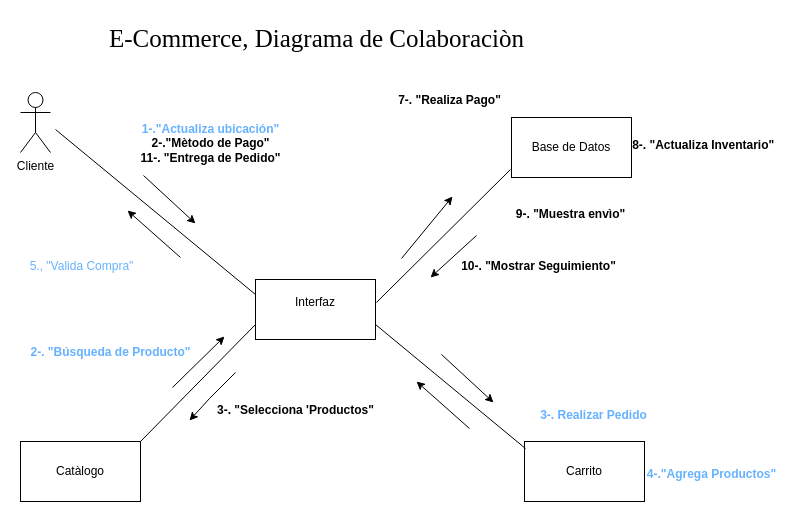
Above: page "Diagrama de Colaboraciòn" (3 of 5) of E-commerce.drawio in SamuelHerreraPerez/Laboratorio-Empresarial (draw.io), before the change. Source tidied: cells renumbered, new cells numbered last; positions are measured from the earlier drawing's top-left corner, leaving out a move shared by most shapes. Both pictures are drawn from the tidied source at 100%, with x=0, y=0 at pixel (20, 17).
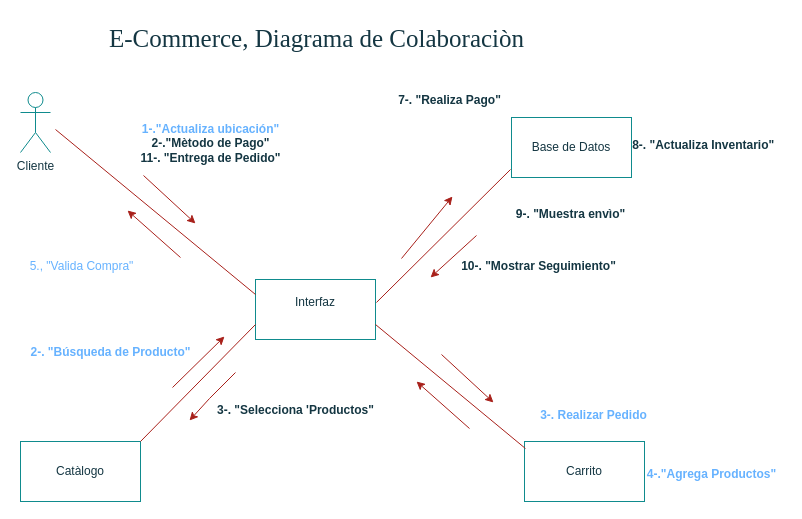
The same page after the edit.

The edit, as a diff of the source:
```diff
@@
-    <mxCell id="2" value="&lt;font style=&quot;font-size: 25px;&quot;&gt;E-Commerce, Diagrama de Colaboraciòn&lt;/font&gt;" style="text;html=1;align=center;verticalAlign=middle;strokeColor=none;fillColor=none;fontFamily=Times New Roman;" parent="1" vertex="1">
+    <mxCell id="2" value="&lt;font style=&quot;font-size: 25px;&quot;&gt;E-Commerce, Diagrama de Colaboraciòn&lt;/font&gt;" style="text;html=1;align=center;verticalAlign=middle;strokeColor=none;fillColor=none;fontFamily=Times New Roman;labelBackgroundColor=none;fontColor=#143642;" parent="1" vertex="1">
       <mxGeometry x="79" width="433" height="42" as="geometry" />
     </mxCell>
-    <mxCell id="3" value="Interfaz&lt;div&gt;&lt;br&gt;&lt;/div&gt;" style="rounded=0;whiteSpace=wrap;html=1;fillColor=none;" parent="1" vertex="1">
+    <mxCell id="3" value="Interfaz&lt;div&gt;&lt;br&gt;&lt;/div&gt;" style="rounded=0;whiteSpace=wrap;html=1;fillColor=none;labelBackgroundColor=none;strokeColor=#0F8B8D;fontColor=#143642;" parent="1" vertex="1">
       <mxGeometry x="235" y="262" width="120" height="60" as="geometry" />
     </mxCell>
-    <mxCell id="4" value="&lt;div&gt;Base de Datos&lt;/div&gt;" style="rounded=0;whiteSpace=wrap;html=1;fillColor=none;" parent="1" vertex="1">
+    <mxCell id="4" value="&lt;div&gt;Base de Datos&lt;/div&gt;" style="rounded=0;whiteSpace=wrap;html=1;fillColor=none;labelBackgroundColor=none;strokeColor=#0F8B8D;fontColor=#143642;" parent="1" vertex="1">
       <mxGeometry x="491" y="100" width="120" height="60" as="geometry" />
     </mxCell>
-    <mxCell id="5" value="&lt;div&gt;Catàlogo&lt;/div&gt;" style="rounded=0;whiteSpace=wrap;html=1;fillColor=none;" parent="1" vertex="1">
+    <mxCell id="5" value="&lt;div&gt;Catàlogo&lt;/div&gt;" style="rounded=0;whiteSpace=wrap;html=1;fillColor=none;labelBackgroundColor=none;strokeColor=#0F8B8D;fontColor=#143642;" parent="1" vertex="1">
       <mxGeometry y="424" width="120" height="60" as="geometry" />
     </mxCell>
-    <mxCell id="6" value="&lt;div&gt;Carrito&lt;/div&gt;" style="rounded=0;whiteSpace=wrap;html=1;fillColor=none;" parent="1" vertex="1">
+    <mxCell id="6" value="&lt;div&gt;Carrito&lt;/div&gt;" style="rounded=0;whiteSpace=wrap;html=1;fillColor=none;labelBackgroundColor=none;strokeColor=#0F8B8D;fontColor=#143642;" parent="1" vertex="1">
       <mxGeometry x="504" y="424" width="120" height="60" as="geometry" />
     </mxCell>
-    <mxCell id="7" value="Cliente" style="shape=umlActor;verticalLabelPosition=bottom;verticalAlign=top;html=1;fillColor=none;" parent="1" vertex="1">
+    <mxCell id="7" value="Cliente" style="shape=umlActor;verticalLabelPosition=bottom;verticalAlign=top;html=1;fillColor=none;labelBackgroundColor=none;strokeColor=#0F8B8D;fontColor=#143642;" parent="1" vertex="1">
       <mxGeometry y="75" width="30" height="60" as="geometry" />
     </mxCell>
-    <mxCell id="8" style="endArrow=none;html=1;rounded=0;entryX=0;entryY=0.25;entryDx=0;entryDy=0;fillColor=none;" parent="1" edge="1" target="3">
+    <mxCell id="8" style="endArrow=none;html=1;rounded=0;entryX=0;entryY=0.25;entryDx=0;entryDy=0;fillColor=none;labelBackgroundColor=none;strokeColor=#A8201A;fontColor=default;" parent="1" edge="1" target="3">
       <mxGeometry relative="1" as="geometry">
         <mxPoint x="35" y="112" as="sourcePoint" />
       </mxGeometry>
     </mxCell>
-    <mxCell id="9" style="endArrow=none;html=1;rounded=0;exitX=1.008;exitY=0.383;exitDx=0;exitDy=0;exitPerimeter=0;fillColor=none;" parent="1" edge="1" source="3">
+    <mxCell id="9" style="endArrow=none;html=1;rounded=0;exitX=1.008;exitY=0.383;exitDx=0;exitDy=0;exitPerimeter=0;fillColor=none;labelBackgroundColor=none;strokeColor=#A8201A;fontColor=default;" parent="1" edge="1" source="3">
       <mxGeometry relative="1" as="geometry">
         <mxPoint x="490" y="152" as="targetPoint" />
       </mxGeometry>
     </mxCell>
-    <mxCell id="10" style="endArrow=none;html=1;rounded=0;entryX=0;entryY=0.75;entryDx=0;entryDy=0;exitX=1;exitY=0;exitDx=0;exitDy=0;fillColor=none;" parent="1" edge="1" source="5" target="3">
+    <mxCell id="10" style="endArrow=none;html=1;rounded=0;entryX=0;entryY=0.75;entryDx=0;entryDy=0;exitX=1;exitY=0;exitDx=0;exitDy=0;fillColor=none;labelBackgroundColor=none;strokeColor=#A8201A;fontColor=default;" parent="1" edge="1" source="5" target="3">
       <mxGeometry relative="1" as="geometry" />
     </mxCell>
-    <mxCell id="11" style="endArrow=none;html=1;rounded=0;entryX=0.008;entryY=0.117;entryDx=0;entryDy=0;exitX=1;exitY=0.75;exitDx=0;exitDy=0;entryPerimeter=0;fillColor=none;" parent="1" edge="1" source="3" target="6">
+    <mxCell id="11" style="endArrow=none;html=1;rounded=0;entryX=0.008;entryY=0.117;entryDx=0;entryDy=0;exitX=1;exitY=0.75;exitDx=0;exitDy=0;entryPerimeter=0;fillColor=none;labelBackgroundColor=none;strokeColor=#A8201A;fontColor=default;" parent="1" edge="1" source="3" target="6">
       <mxGeometry relative="1" as="geometry" />
     </mxCell>
-    <mxCell id="12" style="endArrow=classic;html=1;rounded=0;fillColor=none;" parent="1" edge="1">
+    <mxCell id="12" style="endArrow=classic;html=1;rounded=0;fillColor=none;labelBackgroundColor=none;strokeColor=#A8201A;fontColor=default;" parent="1" edge="1">
       <mxGeometry relative="1" as="geometry">
         <mxPoint x="123" y="158" as="sourcePoint" />
         <mxPoint x="175" y="206" as="targetPoint" />
       </mxGeometry>
     </mxCell>
-    <mxCell id="13" style="endArrow=classic;html=1;rounded=0;fillColor=none;" parent="1" edge="1">
+    <mxCell id="13" style="endArrow=classic;html=1;rounded=0;fillColor=none;labelBackgroundColor=none;strokeColor=#A8201A;fontColor=default;" parent="1" edge="1">
       <mxGeometry relative="1" as="geometry">
         <mxPoint x="421" y="337" as="sourcePoint" />
         <mxPoint x="473" y="385" as="targetPoint" />
       </mxGeometry>
     </mxCell>
-    <mxCell id="14" style="endArrow=classic;html=1;rounded=0;fillColor=none;" parent="1" edge="1">
+    <mxCell id="14" style="endArrow=classic;html=1;rounded=0;fillColor=none;labelBackgroundColor=none;strokeColor=#A8201A;fontColor=default;" parent="1" edge="1">
       <mxGeometry relative="1" as="geometry">
         <mxPoint x="160" y="240" as="sourcePoint" />
         <mxPoint x="107" y="193" as="targetPoint" />
       </mxGeometry>
     </mxCell>
-    <mxCell id="15" style="endArrow=classic;html=1;rounded=0;fillColor=none;" parent="1" edge="1">
+    <mxCell id="15" style="endArrow=classic;html=1;rounded=0;fillColor=none;labelBackgroundColor=none;strokeColor=#A8201A;fontColor=default;" parent="1" edge="1">
       <mxGeometry relative="1" as="geometry">
         <mxPoint x="449" y="411" as="sourcePoint" />
         <mxPoint x="396" y="364" as="targetPoint" />
       </mxGeometry>
     </mxCell>
-    <mxCell id="16" style="endArrow=classic;html=1;rounded=0;fillColor=none;" parent="1" edge="1">
+    <mxCell id="16" style="endArrow=classic;html=1;rounded=0;fillColor=none;labelBackgroundColor=none;strokeColor=#A8201A;fontColor=default;" parent="1" edge="1">
       <mxGeometry relative="1" as="geometry">
         <mxPoint x="381" y="241" as="sourcePoint" />
         <mxPoint x="432" y="179" as="targetPoint" />
       </mxGeometry>
     </mxCell>
-    <mxCell id="17" style="endArrow=classic;html=1;rounded=0;fillColor=none;" parent="1" edge="1">
+    <mxCell id="17" style="endArrow=classic;html=1;rounded=0;fillColor=none;labelBackgroundColor=none;strokeColor=#A8201A;fontColor=default;" parent="1" edge="1">
       <mxGeometry relative="1" as="geometry">
         <mxPoint x="215" y="355" as="sourcePoint" />
         <mxPoint x="169" y="403" as="targetPoint" />
         <Array as="points">
           <mxPoint x="189" y="381" />
         </Array>
       </mxGeometry>
     </mxCell>
-    <mxCell id="18" style="endArrow=classic;html=1;rounded=0;fillColor=none;" parent="1" edge="1">
+    <mxCell id="18" style="endArrow=classic;html=1;rounded=0;fillColor=none;labelBackgroundColor=none;strokeColor=#A8201A;fontColor=default;" parent="1" edge="1">
       <mxGeometry relative="1" as="geometry">
         <mxPoint x="456" y="218" as="sourcePoint" />
         <mxPoint x="410" y="260" as="targetPoint" />
       </mxGeometry>
     </mxCell>
-    <mxCell id="19" style="endArrow=classic;html=1;rounded=0;fillColor=none;" parent="1" edge="1">
+    <mxCell id="19" style="endArrow=classic;html=1;rounded=0;fillColor=none;labelBackgroundColor=none;strokeColor=#A8201A;fontColor=default;" parent="1" edge="1">
       <mxGeometry relative="1" as="geometry">
         <mxPoint x="152" y="370" as="sourcePoint" />
         <mxPoint x="204" y="319" as="targetPoint" />
       </mxGeometry>
     </mxCell>
-    <mxCell id="20" value="&lt;font style=&quot;color: rgb(102, 178, 255);&quot;&gt;&lt;b&gt;1-.&quot;Actualiza ubicación&quot;&lt;/b&gt;&lt;/font&gt;&lt;br&gt;&lt;b&gt;2-.&quot;Mètodo de Pago&quot;&lt;br&gt;11-. &quot;Entrega de Pedido&quot;&lt;/b&gt;" style="text;html=1;align=center;verticalAlign=middle;fillColor=none;" parent="1" vertex="1">
+    <mxCell id="20" value="&lt;font style=&quot;color: rgb(102, 178, 255);&quot;&gt;&lt;b&gt;1-.&quot;Actualiza ubicación&quot;&lt;/b&gt;&lt;/font&gt;&lt;br&gt;&lt;b&gt;2-.&quot;Mètodo de Pago&quot;&lt;br&gt;11-. &quot;Entrega de Pedido&quot;&lt;/b&gt;" style="text;html=1;align=center;verticalAlign=middle;fillColor=none;labelBackgroundColor=none;fontColor=#143642;" parent="1" vertex="1">
       <mxGeometry x="111" y="98" width="158" height="55" as="geometry" />
     </mxCell>
-    <mxCell id="21" value="&lt;b&gt;7-. &quot;Realiza Pago&quot;&lt;/b&gt;" style="text;html=1;align=center;verticalAlign=middle;fillColor=none;" parent="1" vertex="1">
+    <mxCell id="21" value="&lt;b&gt;7-. &quot;Realiza Pago&quot;&lt;/b&gt;" style="text;html=1;align=center;verticalAlign=middle;fillColor=none;labelBackgroundColor=none;fontColor=#143642;" parent="1" vertex="1">
       <mxGeometry x="368" y="70" width="121" height="26" as="geometry" />
     </mxCell>
-    <mxCell id="22" value="&lt;b&gt;&amp;nbsp;8-. &quot;Actualiza Inventario&quot;&lt;/b&gt;" style="text;html=1;align=center;verticalAlign=middle;fillColor=none;" parent="1" vertex="1">
+    <mxCell id="22" value="&lt;b&gt;&amp;nbsp;8-. &quot;Actualiza Inventario&quot;&lt;/b&gt;" style="text;html=1;align=center;verticalAlign=middle;fillColor=none;labelBackgroundColor=none;fontColor=#143642;" parent="1" vertex="1">
       <mxGeometry x="599" y="115" width="163" height="26" as="geometry" />
     </mxCell>
-    <mxCell id="23" value="&lt;b&gt;9-. &quot;Muestra envìo&quot;&lt;/b&gt;" style="text;html=1;align=center;verticalAlign=middle;fillColor=none;" parent="1" vertex="1">
+    <mxCell id="23" value="&lt;b&gt;9-. &quot;Muestra envìo&quot;&lt;/b&gt;" style="text;html=1;align=center;verticalAlign=middle;fillColor=none;labelBackgroundColor=none;fontColor=#143642;" parent="1" vertex="1">
       <mxGeometry x="486" y="184" width="127" height="26" as="geometry" />
     </mxCell>
-    <mxCell id="24" value="&lt;b&gt;10-. &quot;Mostrar Seguimiento&quot;&lt;/b&gt;" style="text;html=1;align=center;verticalAlign=middle;fillColor=none;" parent="1" vertex="1">
+    <mxCell id="24" value="&lt;b&gt;10-. &quot;Mostrar Seguimiento&quot;&lt;/b&gt;" style="text;html=1;align=center;verticalAlign=middle;fillColor=none;labelBackgroundColor=none;fontColor=#143642;" parent="1" vertex="1">
       <mxGeometry x="431" y="236" width="173" height="26" as="geometry" />
     </mxCell>
-    <mxCell id="25" value="&lt;font style=&quot;vertical-align: inherit; color: rgb(102, 178, 255);&quot;&gt;&lt;b&gt;3-. Realizar Pedido&lt;/b&gt;&lt;/font&gt;" style="text;html=1;align=center;verticalAlign=middle;fillColor=none;" parent="1" vertex="1">
+    <mxCell id="25" value="&lt;font style=&quot;vertical-align: inherit; color: rgb(102, 178, 255);&quot;&gt;&lt;b&gt;3-. Realizar Pedido&lt;/b&gt;&lt;/font&gt;" style="text;html=1;align=center;verticalAlign=middle;fillColor=none;labelBackgroundColor=none;fontColor=#143642;" parent="1" vertex="1">
       <mxGeometry x="510" y="385" width="125" height="26" as="geometry" />
     </mxCell>
-    <mxCell id="26" value="&lt;font style=&quot;color: rgb(102, 178, 255);&quot;&gt;&lt;b&gt;4-.&quot;Agrega Productos&quot;&lt;/b&gt;&lt;/font&gt;" style="text;html=1;align=center;verticalAlign=middle;fillColor=none;" parent="1" vertex="1">
+    <mxCell id="26" value="&lt;font style=&quot;color: rgb(102, 178, 255);&quot;&gt;&lt;b&gt;4-.&quot;Agrega Productos&quot;&lt;/b&gt;&lt;/font&gt;" style="text;html=1;align=center;verticalAlign=middle;fillColor=none;labelBackgroundColor=none;fontColor=#143642;" parent="1" vertex="1">
       <mxGeometry x="617" y="444" width="147" height="26" as="geometry" />
     </mxCell>
-    <mxCell id="27" value="&lt;b&gt;3-. &quot;Selecciona 'Productos&quot;&lt;/b&gt;" style="text;html=1;align=center;verticalAlign=middle;fillColor=none;" parent="1" vertex="1">
+    <mxCell id="27" value="&lt;b&gt;3-. &quot;Selecciona 'Productos&quot;&lt;/b&gt;" style="text;html=1;align=center;verticalAlign=middle;fillColor=none;labelBackgroundColor=none;fontColor=#143642;" parent="1" vertex="1">
       <mxGeometry x="187" y="380" width="175" height="26" as="geometry" />
     </mxCell>
-    <mxCell id="28" value="&lt;font style=&quot;vertical-align: inherit; color: rgb(102, 178, 255);&quot;&gt;&lt;b&gt;2-. &quot;Búsqueda&amp;nbsp;de Producto&quot;&lt;/b&gt;&lt;/font&gt;" style="text;html=1;align=center;verticalAlign=middle;fillColor=none;" parent="1" vertex="1">
+    <mxCell id="28" value="&lt;font style=&quot;vertical-align: inherit; color: rgb(102, 178, 255);&quot;&gt;&lt;b&gt;2-. &quot;Búsqueda&amp;nbsp;de Producto&quot;&lt;/b&gt;&lt;/font&gt;" style="text;html=1;align=center;verticalAlign=middle;fillColor=none;labelBackgroundColor=none;fontColor=#143642;" parent="1" vertex="1">
       <mxGeometry x="1" y="322" width="178" height="26" as="geometry" />
     </mxCell>
-    <mxCell id="29" value="&lt;font style=&quot;vertical-align: inherit; color: rgb(102, 178, 255);&quot;&gt;5., &quot;Valida Compra&quot;&lt;/font&gt;" style="text;html=1;align=center;verticalAlign=middle;fillColor=none;" parent="1" vertex="1">
+    <mxCell id="29" value="&lt;font style=&quot;vertical-align: inherit; color: rgb(102, 178, 255);&quot;&gt;5., &quot;Valida Compra&quot;&lt;/font&gt;" style="text;html=1;align=center;verticalAlign=middle;fillColor=none;labelBackgroundColor=none;fontColor=#143642;" parent="1" vertex="1">
       <mxGeometry y="236" width="122" height="26" as="geometry" />
     </mxCell>
```
